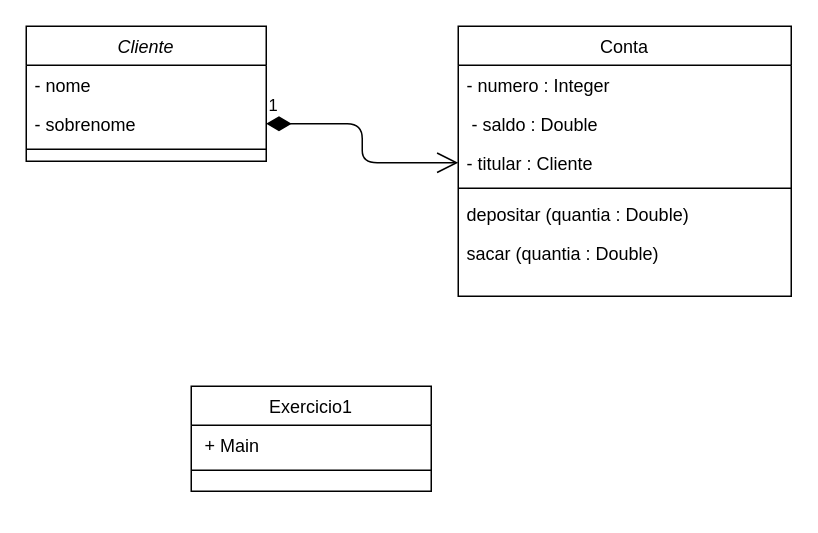
The draw.io diagram aula_05_introducao_exercicios/clientes_contas/clientes_contas.drawio in mariliamessias/digital_house_kotlin, before the edit. Source tidied: cells renumbered, new cells numbered last; positions are measured from the earlier drawing's top-left corner, leaving out a move shared by most shapes. Both pictures are drawn from the tidied source at 150%, with x=0, y=0 at pixel (26, 26).
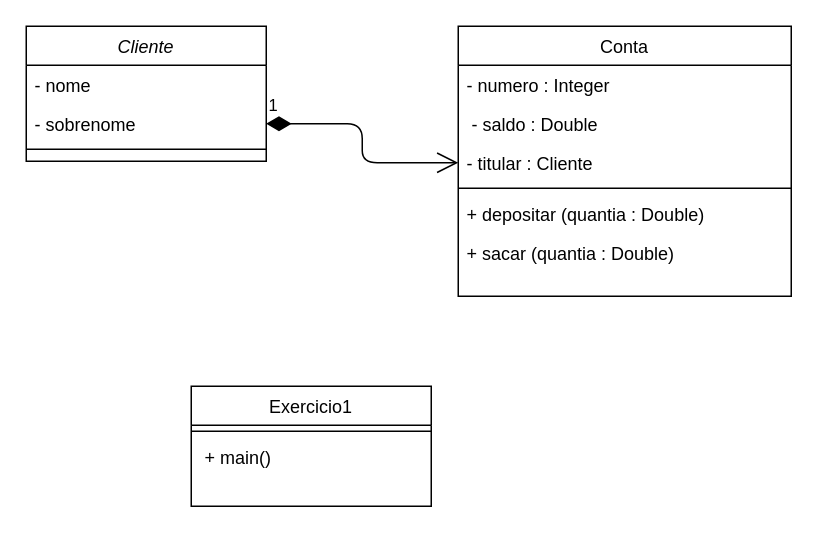
The same diagram, later.

Commit message (it also covers changes not shown here):
add methods depositar and sacar

Diff of the diagram source:
```diff
@@
 <mxGraphModel>
   <root>
     <mxCell id="0" />
     <mxCell id="1" parent="0" />
     <mxCell id="2" value="Cliente" style="swimlane;fontStyle=2;align=center;verticalAlign=top;horizontal=1;startSize=26;rounded=0;shadow=0;strokeWidth=1;" parent="1" vertex="1">
       <mxGeometry width="160" height="90" as="geometry" />
     </mxCell>
     <mxCell id="3" value="- nome" style="text;align=left;verticalAlign=top;spacingLeft=4;spacingRight=4;overflow=hidden;" parent="2" vertex="1">
       <mxGeometry y="26" width="160" height="26" as="geometry" />
     </mxCell>
     <mxCell id="4" value="- sobrenome" style="text;align=left;verticalAlign=top;spacingLeft=4;spacingRight=4;overflow=hidden;points=[[0,0.5],[1,0.5]];portConstraint=eastwest;rounded=0;shadow=0;html=0;" parent="2" vertex="1">
       <mxGeometry y="52" width="160" height="26" as="geometry" />
     </mxCell>
     <mxCell id="5" style="line;html=1;strokeWidth=1;align=left;verticalAlign=middle;spacingTop=-1;spacingLeft=3;spacingRight=3;labelPosition=right;" parent="2" vertex="1">
       <mxGeometry y="78" width="160" height="8" as="geometry" />
     </mxCell>
     <mxCell id="6" value="Exercicio1" style="swimlane;fontStyle=0;align=center;verticalAlign=top;horizontal=1;startSize=26;rounded=0;shadow=0;strokeWidth=1;" parent="1" vertex="1">
-      <mxGeometry x="110" y="240" width="160" height="70" as="geometry" />
+      <mxGeometry x="110" y="240" width="160" height="80" as="geometry" />
     </mxCell>
-    <mxCell id="7" value=" + Main" style="text;align=left;verticalAlign=top;spacingLeft=4;spacingRight=4;overflow=hidden;" parent="6" vertex="1">
-      <mxGeometry y="26" width="160" height="26" as="geometry" />
-    </mxCell>
     <mxCell id="8" style="line;html=1;strokeWidth=1;align=left;verticalAlign=middle;spacingTop=-1;spacingLeft=3;spacingRight=3;labelPosition=right;" parent="6" vertex="1">
-      <mxGeometry y="52" width="160" height="8" as="geometry" />
+      <mxGeometry y="26" width="160" height="8" as="geometry" />
     </mxCell>
+    <mxCell id="17" value=" + main()" style="text;align=left;verticalAlign=top;spacingLeft=4;spacingRight=4;overflow=hidden;" parent="6" vertex="1">
+      <mxGeometry y="34" width="160" height="26" as="geometry" />
+    </mxCell>
     <mxCell id="9" value="Conta" style="swimlane;fontStyle=0;align=center;verticalAlign=top;horizontal=1;startSize=26;rounded=0;shadow=0;strokeWidth=1;" parent="1" vertex="1">
       <mxGeometry x="288" width="222" height="180" as="geometry" />
     </mxCell>
     <mxCell id="10" value="- numero : Integer" style="text;align=left;verticalAlign=top;spacingLeft=4;spacingRight=4;overflow=hidden;" parent="9" vertex="1">
       <mxGeometry y="26" width="222" height="26" as="geometry" />
     </mxCell>
     <mxCell id="11" value=" - saldo : Double" style="text;align=left;verticalAlign=top;spacingLeft=4;spacingRight=4;overflow=hidden;rounded=0;shadow=0;html=0;" parent="9" vertex="1">
       <mxGeometry y="52" width="222" height="26" as="geometry" />
     </mxCell>
     <mxCell id="12" value="- titular : Cliente" style="text;align=left;verticalAlign=top;spacingLeft=4;spacingRight=4;overflow=hidden;points=[[0,0.5],[1,0.5]];portConstraint=eastwest;rounded=0;shadow=0;html=0;" parent="9" vertex="1">
       <mxGeometry y="78" width="222" height="26" as="geometry" />
     </mxCell>
     <mxCell id="13" style="line;html=1;strokeWidth=1;align=left;verticalAlign=middle;spacingTop=-1;spacingLeft=3;spacingRight=3;labelPosition=right;" parent="9" vertex="1">
       <mxGeometry y="104" width="222" height="8" as="geometry" />
     </mxCell>
-    <mxCell id="14" value="depositar (quantia : Double)" style="text;align=left;verticalAlign=top;spacingLeft=4;spacingRight=4;overflow=hidden;" parent="9" vertex="1">
+    <mxCell id="14" value="+ depositar (quantia : Double)" style="text;align=left;verticalAlign=top;spacingLeft=4;spacingRight=4;overflow=hidden;" parent="9" vertex="1">
       <mxGeometry y="112" width="222" height="26" as="geometry" />
     </mxCell>
-    <mxCell id="15" value="sacar (quantia : Double) " style="text;align=left;verticalAlign=top;spacingLeft=4;spacingRight=4;overflow=hidden;" parent="9" vertex="1">
+    <mxCell id="15" value="+ sacar (quantia : Double) " style="text;align=left;verticalAlign=top;spacingLeft=4;spacingRight=4;overflow=hidden;" parent="9" vertex="1">
       <mxGeometry y="138" width="222" height="26" as="geometry" />
     </mxCell>
     <mxCell id="16" value="1" style="endArrow=open;html=1;endSize=12;startArrow=diamondThin;startSize=14;startFill=1;edgeStyle=orthogonalEdgeStyle;align=left;verticalAlign=bottom;exitX=1;exitY=0.5;exitDx=0;exitDy=0;entryX=0;entryY=0.5;entryDx=0;entryDy=0;" parent="1" edge="1" source="4" target="12">
       <mxGeometry x="-1" y="3" relative="1" as="geometry" />
     </mxCell>
   </root>
 </mxGraphModel>
```
